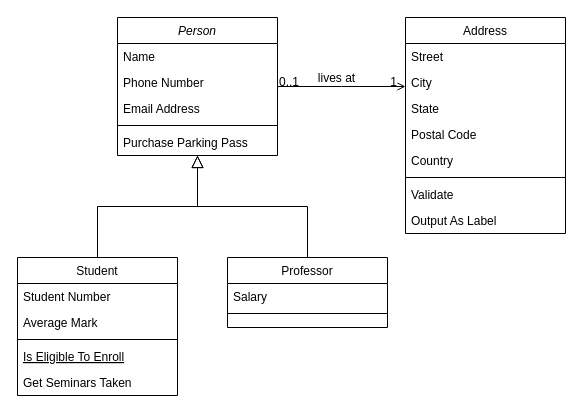
Earlier version of the draw.io diagram HuntersTestDiagram.drawio (pasha-str27/hunters-rite). Source tidied: cells renumbered, new cells numbered last; positions are measured from the earlier drawing's top-left corner, leaving out a move shared by most shapes. Both pictures are drawn from the tidied source at 100%, with x=0, y=0 at pixel (17, 17).
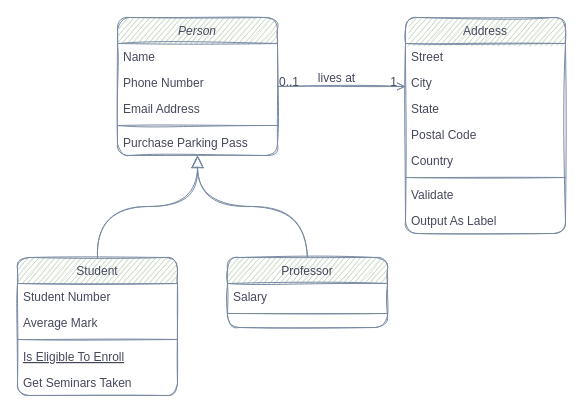
The same diagram, later.

Change to the diagram source:
```diff
@@
-    <mxCell id="2" value="Person" style="swimlane;fontStyle=2;align=center;verticalAlign=top;horizontal=1;startSize=26;rounded=0;shadow=0;strokeWidth=1;" parent="1" vertex="1">
+    <mxCell id="2" value="Person" style="swimlane;fontStyle=2;align=center;verticalAlign=top;horizontal=1;startSize=26;shadow=0;strokeWidth=1;sketch=1;rounded=1;fillColor=#B2C9AB;strokeColor=#788AA3;fontColor=#46495D;" parent="1" vertex="1">
       <mxGeometry x="100" width="160" height="138" as="geometry" />
     </mxCell>
-    <mxCell id="3" value="Name" style="text;align=left;verticalAlign=top;spacingLeft=4;spacingRight=4;overflow=hidden;" parent="2" vertex="1">
+    <mxCell id="3" value="Name" style="text;align=left;verticalAlign=top;spacingLeft=4;spacingRight=4;overflow=hidden;sketch=1;rounded=1;fontColor=#46495D;" parent="2" vertex="1">
       <mxGeometry y="26" width="160" height="26" as="geometry" />
     </mxCell>
-    <mxCell id="4" value="Phone Number" style="text;align=left;verticalAlign=top;spacingLeft=4;spacingRight=4;overflow=hidden;rounded=0;shadow=0;html=0;" parent="2" vertex="1">
+    <mxCell id="4" value="Phone Number" style="text;align=left;verticalAlign=top;spacingLeft=4;spacingRight=4;overflow=hidden;shadow=0;html=0;sketch=1;rounded=1;fontColor=#46495D;" parent="2" vertex="1">
       <mxGeometry y="52" width="160" height="26" as="geometry" />
     </mxCell>
-    <mxCell id="5" value="Email Address" style="text;align=left;verticalAlign=top;spacingLeft=4;spacingRight=4;overflow=hidden;rounded=0;shadow=0;html=0;" parent="2" vertex="1">
+    <mxCell id="5" value="Email Address" style="text;align=left;verticalAlign=top;spacingLeft=4;spacingRight=4;overflow=hidden;shadow=0;html=0;sketch=1;rounded=1;fontColor=#46495D;" parent="2" vertex="1">
       <mxGeometry y="78" width="160" height="26" as="geometry" />
     </mxCell>
-    <mxCell id="6" style="line;html=1;strokeWidth=1;align=left;verticalAlign=middle;spacingTop=-1;spacingLeft=3;spacingRight=3;labelPosition=right;" parent="2" vertex="1">
+    <mxCell id="6" style="line;html=1;strokeWidth=1;align=left;verticalAlign=middle;spacingTop=-1;spacingLeft=3;spacingRight=3;labelPosition=right;sketch=1;rounded=1;fillColor=#B2C9AB;strokeColor=#788AA3;fontColor=#46495D;" parent="2" vertex="1">
       <mxGeometry y="104" width="160" height="8" as="geometry" />
     </mxCell>
-    <mxCell id="7" value="Purchase Parking Pass" style="text;align=left;verticalAlign=top;spacingLeft=4;spacingRight=4;overflow=hidden;" parent="2" vertex="1">
+    <mxCell id="7" value="Purchase Parking Pass" style="text;align=left;verticalAlign=top;spacingLeft=4;spacingRight=4;overflow=hidden;sketch=1;rounded=1;fontColor=#46495D;" parent="2" vertex="1">
       <mxGeometry y="112" width="160" height="26" as="geometry" />
     </mxCell>
-    <mxCell id="8" value="Student" style="swimlane;fontStyle=0;align=center;verticalAlign=top;horizontal=1;startSize=26;rounded=0;shadow=0;strokeWidth=1;" parent="1" vertex="1">
+    <mxCell id="8" value="Student" style="swimlane;fontStyle=0;align=center;verticalAlign=top;horizontal=1;startSize=26;shadow=0;strokeWidth=1;sketch=1;rounded=1;fillColor=#B2C9AB;strokeColor=#788AA3;fontColor=#46495D;" parent="1" vertex="1">
       <mxGeometry y="240" width="160" height="138" as="geometry" />
     </mxCell>
-    <mxCell id="9" value="Student Number" style="text;align=left;verticalAlign=top;spacingLeft=4;spacingRight=4;overflow=hidden;" parent="8" vertex="1">
+    <mxCell id="9" value="Student Number" style="text;align=left;verticalAlign=top;spacingLeft=4;spacingRight=4;overflow=hidden;sketch=1;rounded=1;fontColor=#46495D;" parent="8" vertex="1">
       <mxGeometry y="26" width="160" height="26" as="geometry" />
     </mxCell>
-    <mxCell id="10" value="Average Mark" style="text;align=left;verticalAlign=top;spacingLeft=4;spacingRight=4;overflow=hidden;rounded=0;shadow=0;html=0;" parent="8" vertex="1">
+    <mxCell id="10" value="Average Mark" style="text;align=left;verticalAlign=top;spacingLeft=4;spacingRight=4;overflow=hidden;shadow=0;html=0;sketch=1;rounded=1;fontColor=#46495D;" parent="8" vertex="1">
       <mxGeometry y="52" width="160" height="26" as="geometry" />
     </mxCell>
-    <mxCell id="11" style="line;html=1;strokeWidth=1;align=left;verticalAlign=middle;spacingTop=-1;spacingLeft=3;spacingRight=3;labelPosition=right;" parent="8" vertex="1">
+    <mxCell id="11" style="line;html=1;strokeWidth=1;align=left;verticalAlign=middle;spacingTop=-1;spacingLeft=3;spacingRight=3;labelPosition=right;sketch=1;rounded=1;fillColor=#B2C9AB;strokeColor=#788AA3;fontColor=#46495D;" parent="8" vertex="1">
       <mxGeometry y="78" width="160" height="8" as="geometry" />
     </mxCell>
-    <mxCell id="12" value="Is Eligible To Enroll" style="text;align=left;verticalAlign=top;spacingLeft=4;spacingRight=4;overflow=hidden;fontStyle=4;" parent="8" vertex="1">
+    <mxCell id="12" value="Is Eligible To Enroll" style="text;align=left;verticalAlign=top;spacingLeft=4;spacingRight=4;overflow=hidden;fontStyle=4;sketch=1;rounded=1;fontColor=#46495D;" parent="8" vertex="1">
       <mxGeometry y="86" width="160" height="26" as="geometry" />
     </mxCell>
-    <mxCell id="13" value="Get Seminars Taken" style="text;align=left;verticalAlign=top;spacingLeft=4;spacingRight=4;overflow=hidden;" parent="8" vertex="1">
+    <mxCell id="13" value="Get Seminars Taken" style="text;align=left;verticalAlign=top;spacingLeft=4;spacingRight=4;overflow=hidden;sketch=1;rounded=1;fontColor=#46495D;" parent="8" vertex="1">
       <mxGeometry y="112" width="160" height="26" as="geometry" />
     </mxCell>
-    <mxCell id="14" style="endArrow=block;endSize=10;endFill=0;shadow=0;strokeWidth=1;rounded=0;edgeStyle=elbowEdgeStyle;elbow=vertical;" parent="1" edge="1" source="8" target="2">
+    <mxCell id="14" style="endArrow=block;endSize=10;endFill=0;shadow=0;strokeWidth=1;edgeStyle=elbowEdgeStyle;elbow=vertical;sketch=1;curved=1;strokeColor=#788AA3;fontColor=#46495D;" parent="1" edge="1" source="8" target="2">
       <mxGeometry relative="1" as="geometry" />
     </mxCell>
-    <mxCell id="15" value="Professor" style="swimlane;fontStyle=0;align=center;verticalAlign=top;horizontal=1;startSize=26;rounded=0;shadow=0;strokeWidth=1;" parent="1" vertex="1">
+    <mxCell id="15" value="Professor" style="swimlane;fontStyle=0;align=center;verticalAlign=top;horizontal=1;startSize=26;shadow=0;strokeWidth=1;sketch=1;rounded=1;fillColor=#B2C9AB;strokeColor=#788AA3;fontColor=#46495D;" parent="1" vertex="1">
       <mxGeometry x="210" y="240" width="160" height="70" as="geometry" />
     </mxCell>
-    <mxCell id="16" value="Salary" style="text;align=left;verticalAlign=top;spacingLeft=4;spacingRight=4;overflow=hidden;" parent="15" vertex="1">
+    <mxCell id="16" value="Salary" style="text;align=left;verticalAlign=top;spacingLeft=4;spacingRight=4;overflow=hidden;sketch=1;rounded=1;fontColor=#46495D;" parent="15" vertex="1">
       <mxGeometry y="26" width="160" height="26" as="geometry" />
     </mxCell>
-    <mxCell id="17" style="line;html=1;strokeWidth=1;align=left;verticalAlign=middle;spacingTop=-1;spacingLeft=3;spacingRight=3;labelPosition=right;" parent="15" vertex="1">
+    <mxCell id="17" style="line;html=1;strokeWidth=1;align=left;verticalAlign=middle;spacingTop=-1;spacingLeft=3;spacingRight=3;labelPosition=right;sketch=1;rounded=1;fillColor=#B2C9AB;strokeColor=#788AA3;fontColor=#46495D;" parent="15" vertex="1">
       <mxGeometry y="52" width="160" height="8" as="geometry" />
     </mxCell>
-    <mxCell id="18" style="endArrow=block;endSize=10;endFill=0;shadow=0;strokeWidth=1;rounded=0;edgeStyle=elbowEdgeStyle;elbow=vertical;" parent="1" edge="1" source="15" target="2">
+    <mxCell id="18" style="endArrow=block;endSize=10;endFill=0;shadow=0;strokeWidth=1;edgeStyle=elbowEdgeStyle;elbow=vertical;sketch=1;curved=1;strokeColor=#788AA3;fontColor=#46495D;" parent="1" edge="1" source="15" target="2">
       <mxGeometry relative="1" as="geometry" />
     </mxCell>
-    <mxCell id="19" value="Address" style="swimlane;fontStyle=0;align=center;verticalAlign=top;horizontal=1;startSize=26;rounded=0;shadow=0;strokeWidth=1;" parent="1" vertex="1">
+    <mxCell id="19" value="Address" style="swimlane;fontStyle=0;align=center;verticalAlign=top;horizontal=1;startSize=26;shadow=0;strokeWidth=1;sketch=1;rounded=1;fillColor=#B2C9AB;strokeColor=#788AA3;fontColor=#46495D;" parent="1" vertex="1">
       <mxGeometry x="388" width="160" height="216" as="geometry" />
     </mxCell>
-    <mxCell id="20" value="Street" style="text;align=left;verticalAlign=top;spacingLeft=4;spacingRight=4;overflow=hidden;" parent="19" vertex="1">
+    <mxCell id="20" value="Street" style="text;align=left;verticalAlign=top;spacingLeft=4;spacingRight=4;overflow=hidden;sketch=1;rounded=1;fontColor=#46495D;" parent="19" vertex="1">
       <mxGeometry y="26" width="160" height="26" as="geometry" />
     </mxCell>
-    <mxCell id="21" value="City" style="text;align=left;verticalAlign=top;spacingLeft=4;spacingRight=4;overflow=hidden;rounded=0;shadow=0;html=0;" parent="19" vertex="1">
+    <mxCell id="21" value="City" style="text;align=left;verticalAlign=top;spacingLeft=4;spacingRight=4;overflow=hidden;shadow=0;html=0;sketch=1;rounded=1;fontColor=#46495D;" parent="19" vertex="1">
       <mxGeometry y="52" width="160" height="26" as="geometry" />
     </mxCell>
-    <mxCell id="22" value="State" style="text;align=left;verticalAlign=top;spacingLeft=4;spacingRight=4;overflow=hidden;rounded=0;shadow=0;html=0;" parent="19" vertex="1">
+    <mxCell id="22" value="State" style="text;align=left;verticalAlign=top;spacingLeft=4;spacingRight=4;overflow=hidden;shadow=0;html=0;sketch=1;rounded=1;fontColor=#46495D;" parent="19" vertex="1">
       <mxGeometry y="78" width="160" height="26" as="geometry" />
     </mxCell>
-    <mxCell id="23" value="Postal Code" style="text;align=left;verticalAlign=top;spacingLeft=4;spacingRight=4;overflow=hidden;rounded=0;shadow=0;html=0;" parent="19" vertex="1">
+    <mxCell id="23" value="Postal Code" style="text;align=left;verticalAlign=top;spacingLeft=4;spacingRight=4;overflow=hidden;shadow=0;html=0;sketch=1;rounded=1;fontColor=#46495D;" parent="19" vertex="1">
       <mxGeometry y="104" width="160" height="26" as="geometry" />
     </mxCell>
-    <mxCell id="24" value="Country" style="text;align=left;verticalAlign=top;spacingLeft=4;spacingRight=4;overflow=hidden;rounded=0;shadow=0;html=0;" parent="19" vertex="1">
+    <mxCell id="24" value="Country" style="text;align=left;verticalAlign=top;spacingLeft=4;spacingRight=4;overflow=hidden;shadow=0;html=0;sketch=1;rounded=1;fontColor=#46495D;" parent="19" vertex="1">
       <mxGeometry y="130" width="160" height="26" as="geometry" />
     </mxCell>
-    <mxCell id="25" style="line;html=1;strokeWidth=1;align=left;verticalAlign=middle;spacingTop=-1;spacingLeft=3;spacingRight=3;labelPosition=right;" parent="19" vertex="1">
+    <mxCell id="25" style="line;html=1;strokeWidth=1;align=left;verticalAlign=middle;spacingTop=-1;spacingLeft=3;spacingRight=3;labelPosition=right;sketch=1;rounded=1;fillColor=#B2C9AB;strokeColor=#788AA3;fontColor=#46495D;" parent="19" vertex="1">
       <mxGeometry y="156" width="160" height="8" as="geometry" />
     </mxCell>
-    <mxCell id="26" value="Validate" style="text;align=left;verticalAlign=top;spacingLeft=4;spacingRight=4;overflow=hidden;" parent="19" vertex="1">
+    <mxCell id="26" value="Validate" style="text;align=left;verticalAlign=top;spacingLeft=4;spacingRight=4;overflow=hidden;sketch=1;rounded=1;fontColor=#46495D;" parent="19" vertex="1">
       <mxGeometry y="164" width="160" height="26" as="geometry" />
     </mxCell>
-    <mxCell id="27" value="Output As Label" style="text;align=left;verticalAlign=top;spacingLeft=4;spacingRight=4;overflow=hidden;" parent="19" vertex="1">
+    <mxCell id="27" value="Output As Label" style="text;align=left;verticalAlign=top;spacingLeft=4;spacingRight=4;overflow=hidden;sketch=1;rounded=1;fontColor=#46495D;" parent="19" vertex="1">
       <mxGeometry y="190" width="160" height="26" as="geometry" />
     </mxCell>
-    <mxCell id="28" style="endArrow=open;shadow=0;strokeWidth=1;rounded=0;endFill=1;edgeStyle=elbowEdgeStyle;elbow=vertical;" parent="1" edge="1" source="2" target="19">
+    <mxCell id="28" style="endArrow=open;shadow=0;strokeWidth=1;endFill=1;edgeStyle=elbowEdgeStyle;elbow=vertical;sketch=1;curved=1;strokeColor=#788AA3;fontColor=#46495D;" parent="1" edge="1" source="2" target="19">
       <mxGeometry x="0.5" y="41" relative="1" as="geometry">
         <mxPoint x="-40" y="32" as="offset" />
       </mxGeometry>
     </mxCell>
-    <mxCell id="29" value="0..1" style="align=left;verticalAlign=bottom;labelBackgroundColor=none;fontSize=12;" parent="28" vertex="1">
+    <mxCell id="29" value="0..1" style="align=left;verticalAlign=bottom;labelBackgroundColor=none;fontSize=12;sketch=1;rounded=1;fillColor=#B2C9AB;strokeColor=#788AA3;fontColor=#46495D;" parent="28" vertex="1">
       <mxGeometry x="-1" relative="1" as="geometry">
         <mxPoint y="4" as="offset" />
       </mxGeometry>
     </mxCell>
-    <mxCell id="30" value="1" style="align=right;verticalAlign=bottom;labelBackgroundColor=none;fontSize=12;" parent="28" vertex="1">
+    <mxCell id="30" value="1" style="align=right;verticalAlign=bottom;labelBackgroundColor=none;fontSize=12;sketch=1;rounded=1;fillColor=#B2C9AB;strokeColor=#788AA3;fontColor=#46495D;" parent="28" vertex="1">
       <mxGeometry x="1" relative="1" as="geometry">
         <mxPoint x="-7" y="4" as="offset" />
       </mxGeometry>
     </mxCell>
-    <mxCell id="31" value="lives at" style="text;html=1;align=center;verticalAlign=middle;labelBackgroundColor=none;rounded=0;shadow=0;strokeWidth=1;fontSize=12;" parent="28" vertex="1">
+    <mxCell id="31" value="lives at" style="text;html=1;align=center;verticalAlign=middle;labelBackgroundColor=none;shadow=0;strokeWidth=1;fontSize=12;sketch=1;rounded=1;fontColor=#46495D;" parent="28" vertex="1">
       <mxGeometry x="0.5" y="49" relative="1" as="geometry">
         <mxPoint x="-38" y="40" as="offset" />
       </mxGeometry>
     </mxCell>
```
